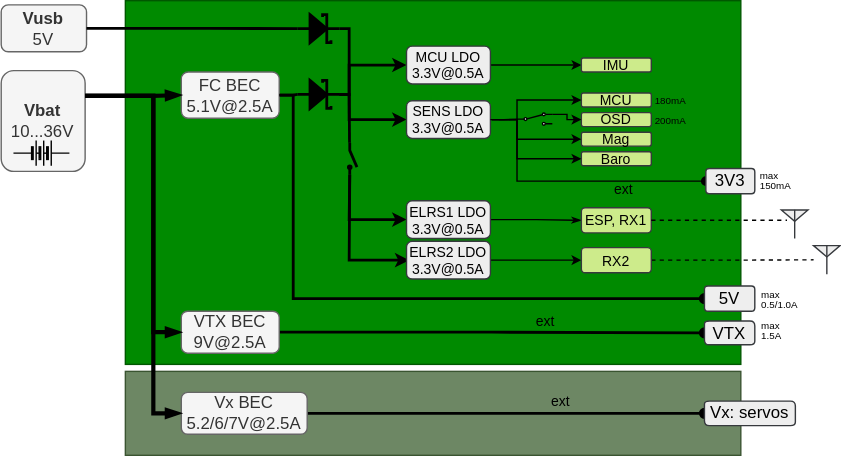
MomoRC-tech/MoGliFC-Flight-Controller keeps this draw.io diagram as documentation/images/doc_MoGliFC_power_concept.svg. Above is the earlier version. Source tidied: cells renumbered, new cells last; positions are measured from the earlier drawing's top-left corner, leaving out a move shared by most shapes.
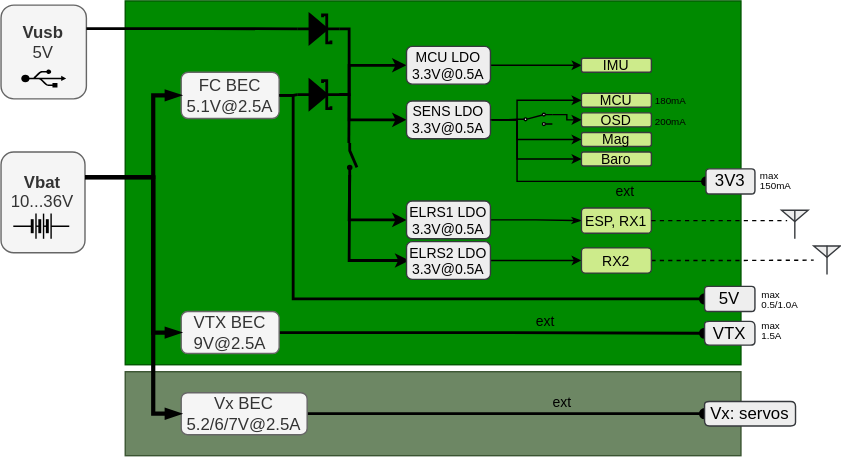
The same diagram one commit later.

The edit, as a diff of the source:
```diff
@@ -8,8 +8,8 @@
     <mxCell id="3" style="rounded=0;whiteSpace=wrap;html=1;fillColor=#6d8764;fontColor=#ffffff;strokeColor=#3A5431;" parent="1" vertex="1">
       <mxGeometry x="89" y="265" width="440" height="60" as="geometry" />
     </mxCell>
-    <mxCell id="4" value="&lt;b&gt;Vbat&lt;/b&gt;&lt;div&gt;10...36V&lt;/div&gt;" style="whiteSpace=wrap;html=1;rounded=1;fillColor=#f5f5f5;fontColor=#333333;strokeColor=#666666;" parent="1" vertex="1">
-      <mxGeometry x="0.2" y="50" width="60" height="72" as="geometry" />
+    <mxCell id="4" value="&lt;b&gt;Vbat&lt;/b&gt;&lt;div&gt;10...36V&lt;/div&gt;&lt;div&gt;&lt;br&gt;&lt;/div&gt;" style="whiteSpace=wrap;html=1;rounded=1;fillColor=#f5f5f5;fontColor=#333333;strokeColor=#666666;" parent="1" vertex="1">
+      <mxGeometry x="0.2" y="108" width="60" height="72" as="geometry" />
     </mxCell>
     <mxCell id="5" style="edgeStyle=orthogonalEdgeStyle;rounded=0;jettySize=auto;html=1;entryX=0;entryY=0.5;entryDx=0;entryDy=0;endArrow=oval;endFill=1;strokeWidth=2;" parent="1" edge="1" source="7" target="18">
       <mxGeometry relative="1" as="geometry" />
@@ -137,14 +137,14 @@
     <mxCell id="34" value="5V" style="shape=step;perimeter=stepPerimeter;whiteSpace=wrap;html=1;fixedSize=1;size=-5;fillColor=#eeeeee;strokeColor=#36393d;rounded=1;arcSize=5;" parent="1" vertex="1">
       <mxGeometry x="503" y="204" width="36" height="18" as="geometry" />
     </mxCell>
-    <mxCell id="35" value="&lt;b&gt;Vusb&lt;/b&gt;&lt;div&gt;5V&lt;/div&gt;" style="whiteSpace=wrap;html=1;rounded=1;fillColor=#f5f5f5;fontColor=#333333;strokeColor=#666666;" parent="1" vertex="1">
-      <mxGeometry x="0.2" y="3" width="61" height="33.5" as="geometry" />
+    <mxCell id="35" value="&lt;b&gt;Vusb&lt;/b&gt;&lt;div&gt;5V&lt;/div&gt;&lt;div&gt;&lt;br&gt;&lt;/div&gt;" style="whiteSpace=wrap;html=1;rounded=1;fillColor=#f5f5f5;fontColor=#333333;strokeColor=#666666;" parent="1" vertex="1">
+      <mxGeometry x="0.2" y="3" width="61" height="67" as="geometry" />
     </mxCell>
     <mxCell id="36" style="verticalLabelPosition=bottom;shadow=0;dashed=0;align=center;html=1;verticalAlign=top;shape=mxgraph.electrical.radio.aerial_-_antenna_2;strokeWidth=1;fillColor=#eeeeee;strokeColor=#36393d;" parent="1" vertex="1">
       <mxGeometry x="558" y="149.5" width="19" height="20.5" as="geometry" />
     </mxCell>
     <mxCell id="37" style="verticalLabelPosition=bottom;shadow=0;dashed=0;align=center;html=1;verticalAlign=top;shape=mxgraph.electrical.miscellaneous.batteryStack;" parent="1" vertex="1">
-      <mxGeometry x="9" y="100" width="40" height="18" as="geometry" />
+      <mxGeometry x="9" y="152" width="40" height="18" as="geometry" />
     </mxCell>
     <mxCell id="38" style="verticalLabelPosition=bottom;shadow=0;dashed=0;align=center;html=1;verticalAlign=top;shape=mxgraph.electrical.radio.aerial_-_antenna_2;strokeWidth=1;fillColor=#eeeeee;strokeColor=#36393d;" parent="1" vertex="1">
       <mxGeometry x="581" y="175" width="19" height="20.5" as="geometry" />
@@ -225,7 +225,7 @@
         </Array>
       </mxGeometry>
     </mxCell>
-    <mxCell id="54" style="edgeStyle=elbowEdgeStyle;rounded=0;jettySize=auto;html=1;entryX=0;entryY=0.5;entryDx=0;entryDy=0;endSize=6;endArrow=none;endFill=0;strokeWidth=2;exitX=1;exitY=0.5;exitDx=0;exitDy=0;entryPerimeter=0;" parent="1" edge="1" source="35" target="52">
+    <mxCell id="54" style="edgeStyle=elbowEdgeStyle;rounded=0;jettySize=auto;html=1;entryX=0;entryY=0.5;entryDx=0;entryDy=0;endSize=6;endArrow=none;endFill=0;strokeWidth=2;exitX=1;exitY=0.25;exitDx=0;exitDy=0;entryPerimeter=0;" parent="1" edge="1" source="35" target="52">
       <mxGeometry relative="1" as="geometry">
         <Array as="points">
           <mxPoint x="149" y="20" />
@@ -261,5 +261,8 @@
     <mxCell id="63" value="&lt;p style=&quot;line-height: 47%;&quot;&gt;&lt;font style=&quot;font-size: 7px;&quot;&gt;max&lt;br&gt;1.5A&lt;/font&gt;&lt;/p&gt;" style="text;strokeColor=none;align=left;fillColor=none;html=1;verticalAlign=middle;whiteSpace=wrap;rounded=0;" parent="1" vertex="1">
       <mxGeometry x="542" y="229" width="36" height="12.2" as="geometry" />
     </mxCell>
+    <mxCell id="64" style="shape=mxgraph.signs.tech.usb;html=1;fillColor=#000000;strokeColor=none;verticalLabelPosition=bottom;verticalAlign=top;align=center;sketch=0;rotation=90;" parent="1" vertex="1">
+      <mxGeometry x="24.2" y="39.4" width="13" height="32.1" as="geometry" />
+    </mxCell>
   </root>
 </mxGraphModel>
```
